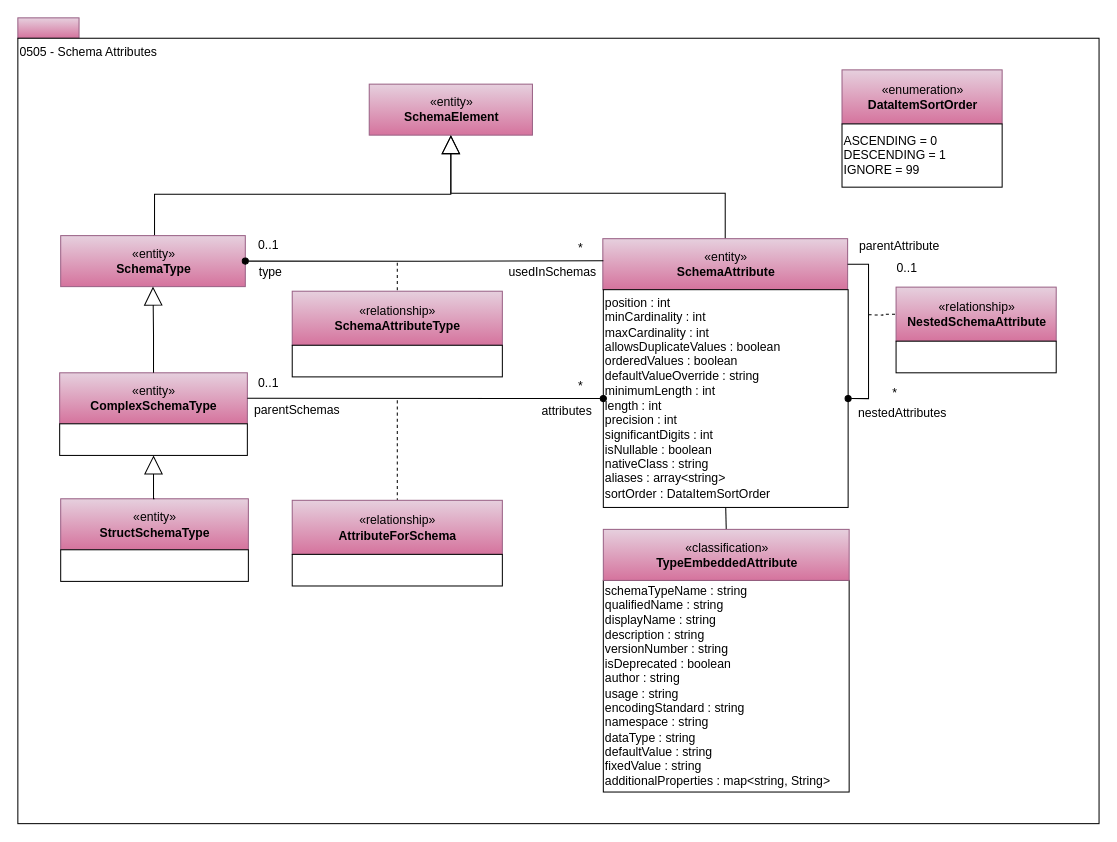
The draw.io diagram page "0505-Schema-Attributes" (5 of 36) of site/docs/types/5/area-5-models-and-schema.drawio in odpi/egeria-docs, before the edit. Source tidied: cells renumbered, new cells numbered last; positions are measured from the earlier drawing's top-left corner, leaving out a move shared by most shapes. Both pictures are drawn from the tidied source at 102%, with x=0, y=0 at pixel (17, 17).
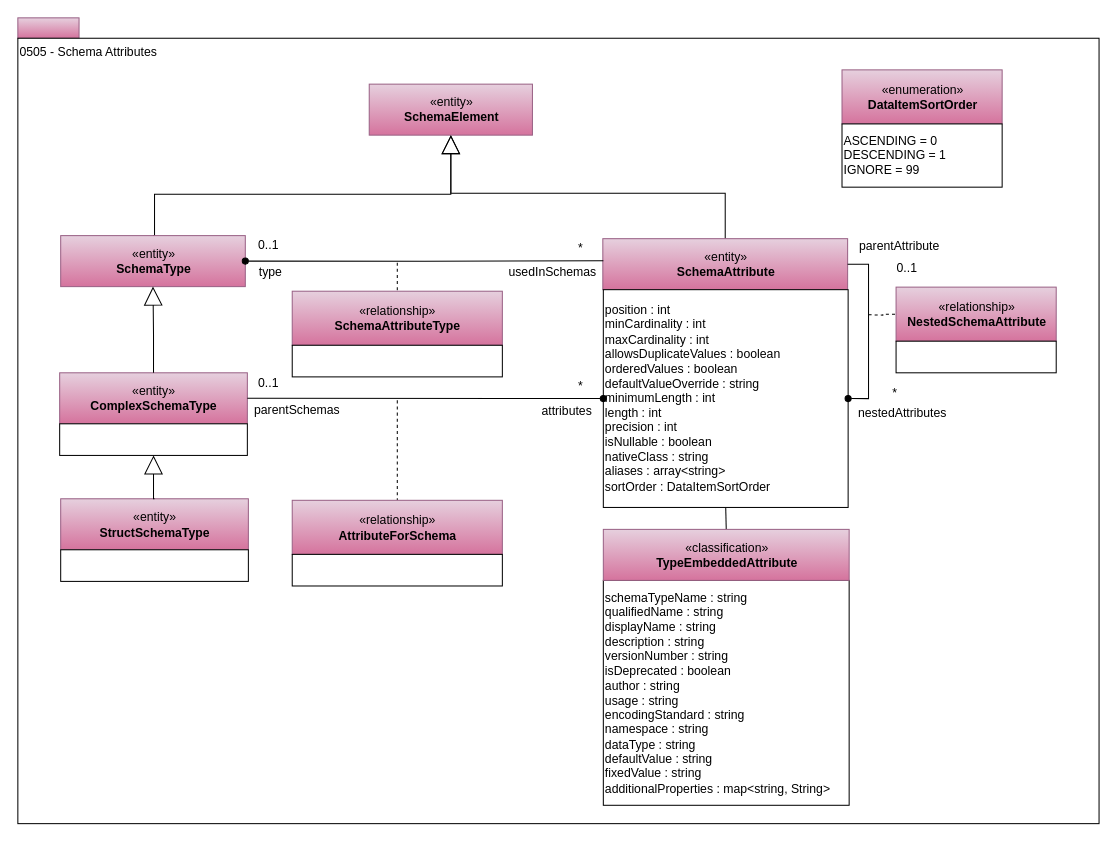
The same diagram, later.

Diff of the diagram source:
```diff
@@
-    <mxCell id="34" value="&lt;span style=&quot;white-space: normal&quot;&gt;position : int&lt;/span&gt;&lt;br style=&quot;white-space: normal&quot;&gt;&lt;font style=&quot;white-space: normal&quot;&gt;minCardinality : int&lt;br&gt;maxCardinality : int&lt;/font&gt;&lt;br style=&quot;white-space: normal&quot;&gt;&lt;font style=&quot;white-space: normal&quot;&gt;allowsDuplicateValues : boolean&lt;br&gt;orderedValues : boolean&lt;br&gt;&lt;/font&gt;&lt;span&gt;defaultValueOverride : string&lt;br&gt;minimumLength : int&lt;br&gt;length : int&lt;br&gt;precision : int&lt;br&gt;significantDigits : int&lt;br&gt;isNullable : boolean&lt;br&gt;&lt;/span&gt;&lt;font style=&quot;white-space: normal&quot;&gt;nativeClass : string&lt;br&gt;aliases : array&amp;lt;string&amp;gt;&lt;br&gt;sortOrder : DataItemSortOrder&lt;br&gt;&lt;/font&gt;" style="rounded=0;whiteSpace=wrap;html=1;strokeColor=#000000;gradientColor=#ffffff;align=left;fontColor=#000000;" parent="1" vertex="1">
+    <mxCell id="34" value="&lt;span style=&quot;white-space: normal&quot;&gt;position : int&lt;/span&gt;&lt;br style=&quot;white-space: normal&quot;&gt;&lt;font style=&quot;white-space: normal&quot;&gt;minCardinality : int&lt;br&gt;maxCardinality : int&lt;/font&gt;&lt;br style=&quot;white-space: normal&quot;&gt;&lt;font style=&quot;white-space: normal&quot;&gt;allowsDuplicateValues : boolean&lt;br&gt;orderedValues : boolean&lt;br&gt;&lt;/font&gt;&lt;span&gt;defaultValueOverride : string&lt;br&gt;minimumLength : int&lt;br&gt;length : int&lt;br&gt;precision : int&lt;br&gt;isNullable : boolean&lt;br&gt;&lt;/span&gt;&lt;font style=&quot;white-space: normal&quot;&gt;nativeClass : string&lt;br&gt;aliases : array&amp;lt;string&amp;gt;&lt;br&gt;sortOrder : DataItemSortOrder&lt;br&gt;&lt;/font&gt;" style="rounded=0;whiteSpace=wrap;html=1;strokeColor=#000000;gradientColor=#ffffff;align=left;fontColor=#000000;" parent="1" vertex="1">
       <mxGeometry x="574" y="266.5" width="240" height="213.5" as="geometry" />
     </mxCell>
     <mxCell id="35" value="schemaTypeName : string&lt;br&gt;qualifiedName : string&lt;br&gt;displayName : string&lt;br&gt;description : string&lt;br&gt;versionNumber : string&lt;br&gt;isDeprecated : boolean&lt;br&gt;author : string&lt;br&gt;usage : string&lt;br&gt;encodingStandard : string&lt;br&gt;namespace : string&lt;br&gt;dataType : string&lt;br&gt;defaultValue : string&lt;br&gt;fixedValue : string&lt;br&gt;additionalProperties : map&amp;lt;string, String&amp;gt;&lt;br&gt;&lt;div style=&quot;text-align: left&quot;&gt;&lt;/div&gt;" style="rounded=0;whiteSpace=wrap;html=1;strokeColor=#000000;gradientColor=#ffffff;align=left;" parent="1" vertex="1">
-      <mxGeometry x="574" y="551.5" width="241" height="207.5" as="geometry" />
+      <mxGeometry x="574" y="551.5" width="241" height="220.5" as="geometry" />
     </mxCell>
```
